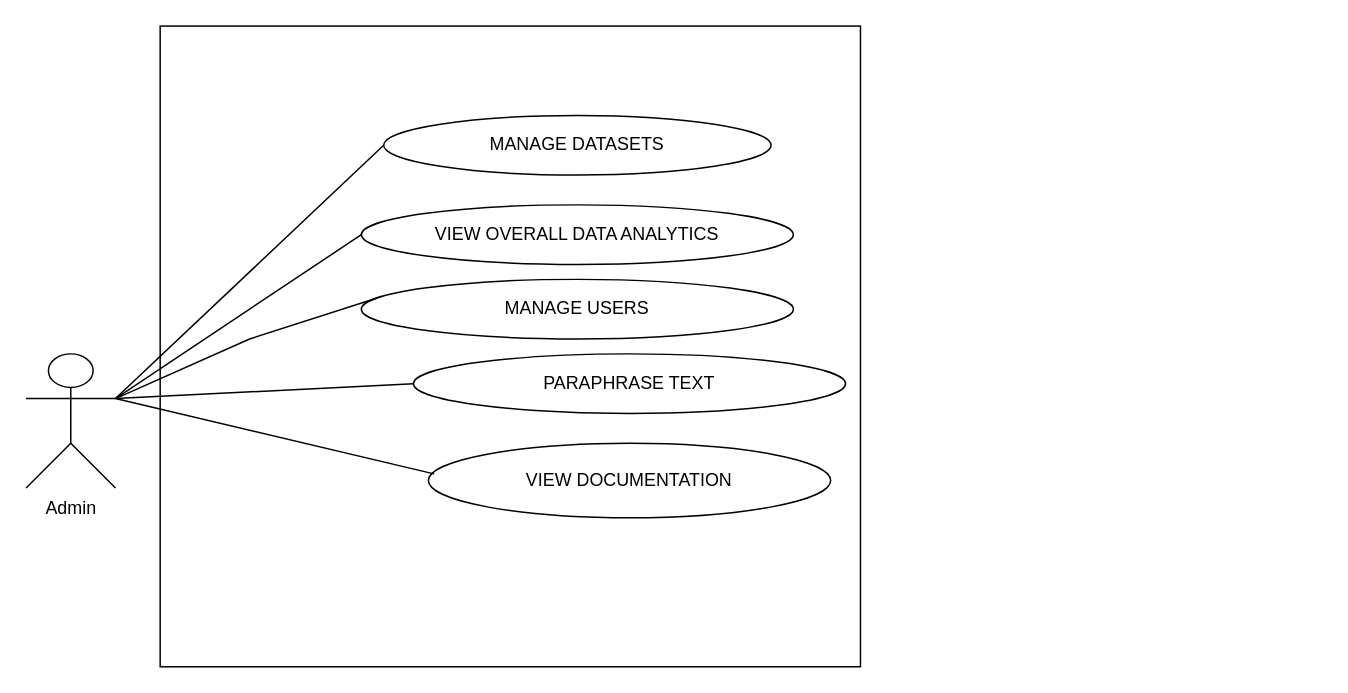
jaredbaren18/LavaLust keeps this draw.io diagram as usecase-ca.drawio. Above is the earlier version. Source tidied: cells renumbered, new cells numbered last; positions are measured from the earlier drawing's top-left corner, leaving out a move shared by most shapes. Both pictures are drawn from the tidied source at 149%, with x=0, y=0 at pixel (25, 25).
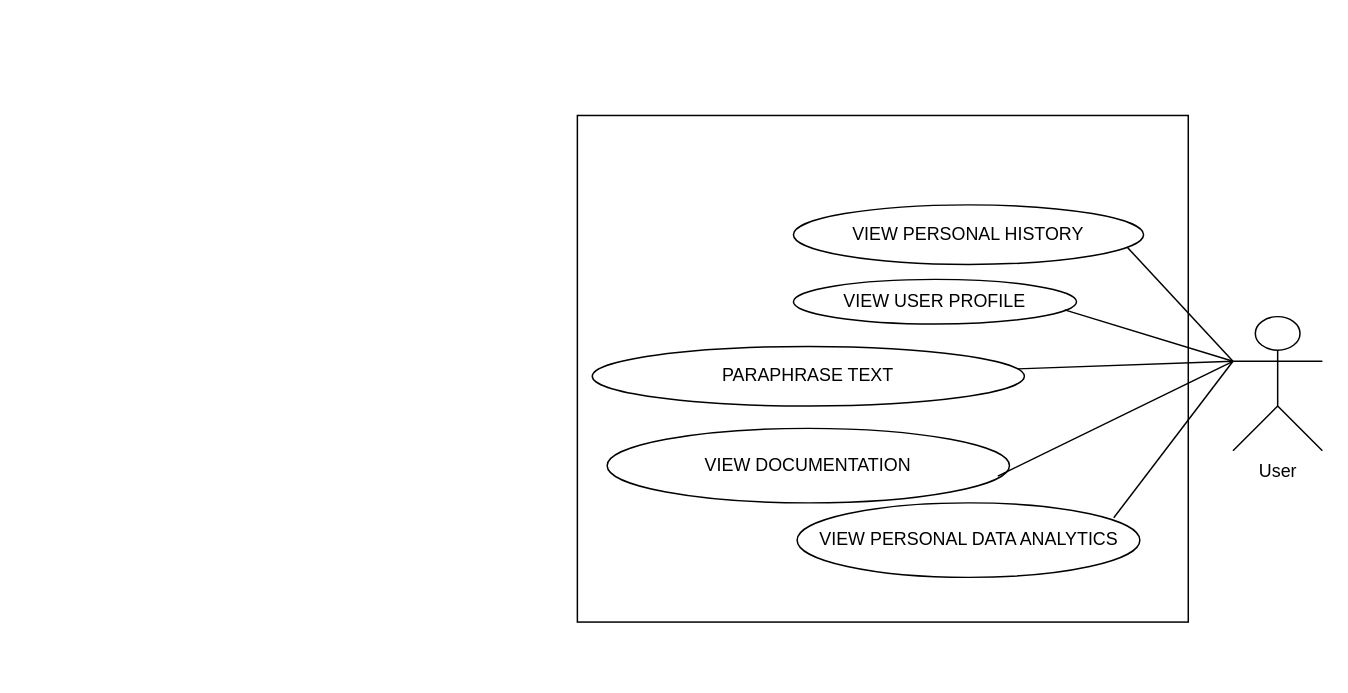
The same page after the edit.

Diff of the diagram source:
```diff
@@
 <mxGraphModel>
   <root>
     <mxCell id="0" />
     <mxCell id="1" parent="0" />
-    <mxCell id="2" style="rounded=0;whiteSpace=wrap;html=1;" parent="1" vertex="1">
-      <mxGeometry x="90" width="470" height="430" as="geometry" />
-    </mxCell>
-    <mxCell id="3" value="Admin" style="shape=umlActor;verticalLabelPosition=bottom;verticalAlign=top;html=1;outlineConnect=0;" parent="1" vertex="1">
-      <mxGeometry y="220" width="60" height="90" as="geometry" />
-    </mxCell>
-    <mxCell id="4" value="MANAGE DATASETS" style="ellipse;whiteSpace=wrap;html=1;" parent="1" vertex="1">
-      <mxGeometry x="240" y="60" width="260" height="40" as="geometry" />
-    </mxCell>
-    <mxCell id="5" value="VIEW OVERALL DATA ANALYTICS" style="ellipse;whiteSpace=wrap;html=1;" parent="1" vertex="1">
-      <mxGeometry x="225" y="120" width="290" height="40" as="geometry" />
-    </mxCell>
-    <mxCell id="6" style="endArrow=none;html=1;rounded=0;entryX=0;entryY=0.5;entryDx=0;entryDy=0;exitX=1;exitY=0.3333333333333333;exitDx=0;exitDy=0;exitPerimeter=0;" parent="1" edge="1" source="3" target="4">
-      <mxGeometry relative="1" as="geometry" />
-    </mxCell>
-    <mxCell id="7" style="endArrow=none;html=1;rounded=0;entryX=0;entryY=0.5;entryDx=0;entryDy=0;" parent="1" edge="1" target="5">
-      <mxGeometry relative="1" as="geometry">
-        <mxPoint x="60" y="250" as="sourcePoint" />
-      </mxGeometry>
-    </mxCell>
+    <mxCell id="15" style="rounded=0;whiteSpace=wrap;html=1;" parent="1" vertex="1">
+      <mxGeometry x="370" y="60" width="410" height="340" as="geometry" />
+    </mxCell>
+    <mxCell id="16" value="User" style="shape=umlActor;verticalLabelPosition=bottom;verticalAlign=top;html=1;outlineConnect=0;" parent="1" vertex="1">
+      <mxGeometry x="810" y="195" width="60" height="90" as="geometry" />
+    </mxCell>
     <mxCell id="8" value="PARAPHRASE TEXT" style="ellipse;whiteSpace=wrap;html=1;" parent="1" vertex="1">
-      <mxGeometry x="260" y="220" width="290" height="40" as="geometry" />
+      <mxGeometry x="380" y="215" width="290" height="40" as="geometry" />
     </mxCell>
-    <mxCell id="9" style="endArrow=none;html=1;rounded=0;exitX=1;exitY=0.3333333333333333;exitDx=0;exitDy=0;exitPerimeter=0;entryX=0;entryY=0.5;entryDx=0;entryDy=0;" parent="1" edge="1" source="3" target="8">
-      <mxGeometry relative="1" as="geometry" />
-    </mxCell>
+    <mxCell id="17" style="endArrow=none;html=1;rounded=0;entryX=0;entryY=0.3333333333333333;entryDx=0;entryDy=0;entryPerimeter=0;" parent="1" edge="1" source="8" target="16">
+      <mxGeometry relative="1" as="geometry" />
+    </mxCell>
     <mxCell id="10" style="edgeStyle=orthogonalEdgeStyle;rounded=0;orthogonalLoop=1;jettySize=auto;html=1;exitX=0.5;exitY=1;exitDx=0;exitDy=0;" parent="1" edge="1">
       <mxGeometry relative="1" as="geometry">
         <mxPoint x="370" y="170" as="sourcePoint" />
         <mxPoint x="370" y="170" as="targetPoint" />
       </mxGeometry>
     </mxCell>
-    <mxCell id="11" value="MANAGE USERS" style="ellipse;whiteSpace=wrap;html=1;" parent="1" vertex="1">
-      <mxGeometry x="225" y="170" width="290" height="40" as="geometry" />
-    </mxCell>
     <mxCell id="12" value="VIEW DOCUMENTATION" style="ellipse;whiteSpace=wrap;html=1;" parent="1" vertex="1">
-      <mxGeometry x="270" y="280" width="270" height="50" as="geometry" />
+      <mxGeometry x="390" y="270" width="270" height="50" as="geometry" />
     </mxCell>
-    <mxCell id="13" style="endArrow=none;html=1;rounded=0;entryX=0.014;entryY=0.411;entryDx=0;entryDy=0;entryPerimeter=0;" parent="1" edge="1" target="12">
-      <mxGeometry relative="1" as="geometry">
-        <mxPoint x="60" y="250" as="sourcePoint" />
-      </mxGeometry>
-    </mxCell>
-    <mxCell id="14" style="endArrow=none;html=1;rounded=0;entryX=0.035;entryY=0.316;entryDx=0;entryDy=0;entryPerimeter=0;" parent="1" edge="1" target="11">
-      <mxGeometry relative="1" as="geometry">
-        <mxPoint x="60" y="250" as="sourcePoint" />
-        <Array as="points">
-          <mxPoint x="150" y="210" />
-        </Array>
-      </mxGeometry>
-    </mxCell>
+    <mxCell id="18" style="endArrow=none;html=1;rounded=0;entryX=0.95;entryY=0.689;entryDx=0;entryDy=0;entryPerimeter=0;exitX=0;exitY=0.3333333333333333;exitDx=0;exitDy=0;exitPerimeter=0;" parent="1" edge="1" source="16" target="20">
+      <mxGeometry relative="1" as="geometry" />
+    </mxCell>
+    <mxCell id="19" style="endArrow=none;html=1;rounded=0;entryX=0;entryY=0.3333333333333333;entryDx=0;entryDy=0;entryPerimeter=0;exitX=0.971;exitY=0.641;exitDx=0;exitDy=0;exitPerimeter=0;" parent="1" edge="1" source="12" target="16">
+      <mxGeometry relative="1" as="geometry" />
+    </mxCell>
+    <mxCell id="20" value="VIEW PERSONAL HISTORY" style="ellipse;whiteSpace=wrap;html=1;" parent="1" vertex="1">
+      <mxGeometry x="515" y="120" width="235" height="40" as="geometry" />
+    </mxCell>
+    <mxCell id="21" value="VIEW USER PROFILE" style="ellipse;whiteSpace=wrap;html=1;" parent="1" vertex="1">
+      <mxGeometry x="515" y="170" width="190" height="30" as="geometry" />
+    </mxCell>
+    <mxCell id="22" style="endArrow=none;html=1;rounded=0;exitX=0.958;exitY=0.682;exitDx=0;exitDy=0;exitPerimeter=0;entryX=0;entryY=0.3333333333333333;entryDx=0;entryDy=0;entryPerimeter=0;" parent="1" edge="1" source="21" target="16">
+      <mxGeometry relative="1" as="geometry" />
+    </mxCell>
+    <mxCell id="23" value="VIEW PERSONAL DATA ANALYTICS" style="ellipse;whiteSpace=wrap;html=1;" parent="1" vertex="1">
+      <mxGeometry x="517.5" y="320" width="230" height="50" as="geometry" />
+    </mxCell>
+    <mxCell id="24" style="endArrow=none;html=1;rounded=0;entryX=0;entryY=0.3333333333333333;entryDx=0;entryDy=0;entryPerimeter=0;" parent="1" edge="1" target="16">
+      <mxGeometry relative="1" as="geometry">
+        <mxPoint x="730" y="330" as="sourcePoint" />
+      </mxGeometry>
+    </mxCell>
   </root>
 </mxGraphModel>
```
